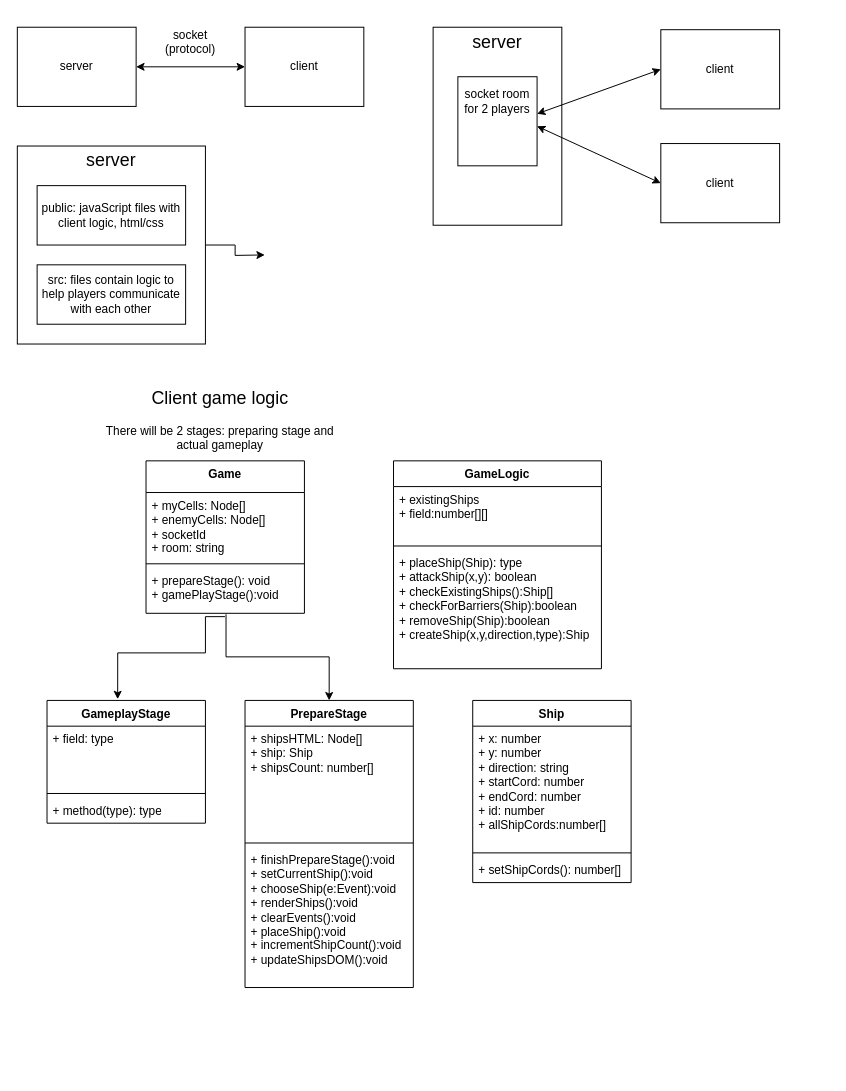
Earlier version of the draw.io diagram Untitled Diagram.drawio (Alec-litho/Sea-battle-game). Source tidied: cells renumbered, new cells numbered last; positions are measured from the earlier drawing's top-left corner, leaving out a move shared by most shapes. Both pictures are drawn from the tidied source at 99%, with x=0, y=0 at pixel (17, 17).
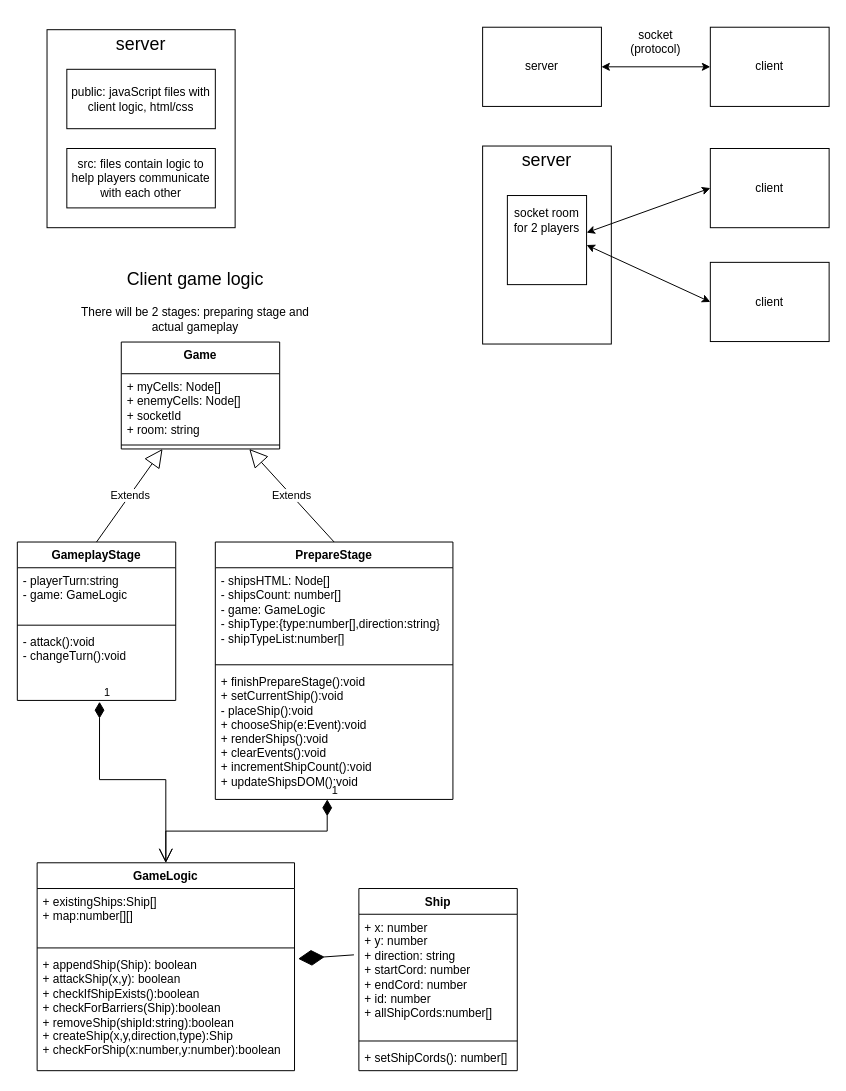
After the change.

Diff of the diagram source:
```diff
@@
     <mxCell id="2" value="server" style="rounded=0;whiteSpace=wrap;html=1;" parent="1" vertex="1">
-      <mxGeometry y="10" width="120" height="80" as="geometry" />
+      <mxGeometry x="470" y="10" width="120" height="80" as="geometry" />
     </mxCell>
     <mxCell id="3" value="client" style="rounded=0;whiteSpace=wrap;html=1;" parent="1" vertex="1">
-      <mxGeometry x="230" y="10" width="120" height="80" as="geometry" />
+      <mxGeometry x="700" y="10" width="120" height="80" as="geometry" />
     </mxCell>
@@
     <mxCell id="5" value="socket (protocol)" style="text;html=1;align=center;verticalAlign=middle;whiteSpace=wrap;rounded=0;" parent="1" vertex="1">
-      <mxGeometry x="130" y="10" width="90" height="30" as="geometry" />
+      <mxGeometry x="600" y="10" width="90" height="30" as="geometry" />
     </mxCell>
-    <mxCell id="6" style="edgeStyle=orthogonalEdgeStyle;rounded=0;jettySize=auto;html=1;exitX=1;exitY=0.5;exitDx=0;exitDy=0;" parent="1" edge="1" source="7">
-      <mxGeometry relative="1" as="geometry">
-        <mxPoint x="250" y="240" as="targetPoint" />
-      </mxGeometry>
-    </mxCell>
     <mxCell id="7" style="rounded=0;whiteSpace=wrap;html=1;" parent="1" vertex="1">
-      <mxGeometry y="130" width="190" height="200" as="geometry" />
+      <mxGeometry x="30" y="12.5" width="190" height="200" as="geometry" />
     </mxCell>
     <mxCell id="8" value="&lt;font style=&quot;font-size: 18px;&quot;&gt;server&lt;/font&gt;" style="text;html=1;align=center;verticalAlign=middle;whiteSpace=wrap;rounded=0;" parent="1" vertex="1">
-      <mxGeometry x="55" y="120" width="80" height="50" as="geometry" />
+      <mxGeometry x="85" y="2.5" width="80" height="50" as="geometry" />
     </mxCell>
     <mxCell id="9" value="public: javaScript files with client logic, html/css" style="rounded=0;whiteSpace=wrap;html=1;" parent="1" vertex="1">
-      <mxGeometry x="20" y="170" width="150" height="60" as="geometry" />
+      <mxGeometry x="50" y="52.5" width="150" height="60" as="geometry" />
     </mxCell>
     <mxCell id="10" value="src: files contain logic to help players communicate with each other" style="rounded=0;whiteSpace=wrap;html=1;" parent="1" vertex="1">
-      <mxGeometry x="20" y="250" width="150" height="60" as="geometry" />
+      <mxGeometry x="50" y="132.5" width="150" height="60" as="geometry" />
     </mxCell>
     <mxCell id="11" value="client" style="rounded=0;whiteSpace=wrap;html=1;" parent="1" vertex="1">
-      <mxGeometry x="650" y="127.5" width="120" height="80" as="geometry" />
+      <mxGeometry x="700" y="247.5" width="120" height="80" as="geometry" />
     </mxCell>
     <mxCell id="12" value="client" style="rounded=0;whiteSpace=wrap;html=1;" parent="1" vertex="1">
-      <mxGeometry x="650" y="12.5" width="120" height="80" as="geometry" />
+      <mxGeometry x="700" y="132.5" width="120" height="80" as="geometry" />
     </mxCell>
     <mxCell id="13" style="rounded=0;whiteSpace=wrap;html=1;" parent="1" vertex="1">
-      <mxGeometry x="420" y="10" width="130" height="200" as="geometry" />
+      <mxGeometry x="470" y="130" width="130" height="200" as="geometry" />
     </mxCell>
     <mxCell id="14" value="&lt;font style=&quot;font-size: 18px;&quot;&gt;server&lt;/font&gt;" style="text;html=1;align=center;verticalAlign=middle;whiteSpace=wrap;rounded=0;" parent="1" vertex="1">
-      <mxGeometry x="445" width="80" height="50" as="geometry" />
+      <mxGeometry x="495" y="120" width="80" height="50" as="geometry" />
     </mxCell>
     <mxCell id="15" style="rounded=0;whiteSpace=wrap;html=1;" parent="1" vertex="1">
-      <mxGeometry x="445" y="60" width="80" height="90" as="geometry" />
+      <mxGeometry x="495" y="180" width="80" height="90" as="geometry" />
     </mxCell>
     <mxCell id="16" value="&lt;font style=&quot;font-size: 12px;&quot;&gt;socket room for 2 players&lt;/font&gt;" style="text;html=1;align=center;verticalAlign=middle;whiteSpace=wrap;rounded=0;" parent="1" vertex="1">
-      <mxGeometry x="445" y="60" width="80" height="50" as="geometry" />
+      <mxGeometry x="495" y="180" width="80" height="50" as="geometry" />
     </mxCell>
@@
     <mxCell id="19" value="&lt;font style=&quot;font-size: 18px;&quot;&gt;Client game logic&lt;/font&gt;" style="text;html=1;align=center;verticalAlign=middle;whiteSpace=wrap;rounded=0;" parent="1" vertex="1">
-      <mxGeometry x="110" y="370" width="190" height="30" as="geometry" />
+      <mxGeometry x="85" y="250" width="190" height="30" as="geometry" />
     </mxCell>
     <mxCell id="20" value="There will be 2 stages: preparing stage and actual gameplay" style="text;html=1;align=center;verticalAlign=middle;whiteSpace=wrap;rounded=0;" parent="1" vertex="1">
-      <mxGeometry x="85" y="410" width="240" height="30" as="geometry" />
+      <mxGeometry x="60" y="290" width="240" height="30" as="geometry" />
     </mxCell>
-    <mxCell id="21" style="edgeStyle=orthogonalEdgeStyle;rounded=0;jettySize=auto;html=1;exitX=0.505;exitY=1.022;exitDx=0;exitDy=0;exitPerimeter=0;" parent="1" edge="1" source="25" target="34">
-      <mxGeometry relative="1" as="geometry" />
-    </mxCell>
     <mxCell id="22" value="Game" style="swimlane;fontStyle=1;align=center;verticalAlign=top;horizontal=1;startSize=32;whiteSpace=wrap;html=1;" parent="1" vertex="1">
-      <mxGeometry x="130" y="448" width="160" height="154" as="geometry" />
+      <mxGeometry x="105" y="328" width="160" height="108" as="geometry" />
     </mxCell>
@@
-    <mxCell id="25" value="+ prepareStage(): void&lt;br&gt;+ gamePlayStage():void" style="text;strokeColor=none;fillColor=none;align=left;verticalAlign=top;spacingLeft=4;spacingRight=4;overflow=hidden;points=[[0,0.5],[1,0.5]];portConstraint=eastwest;whiteSpace=wrap;html=1;" parent="22" vertex="1">
-      <mxGeometry y="108" width="160" height="46" as="geometry" />
-    </mxCell>
     <mxCell id="26" value="GameLogic" style="swimlane;fontStyle=1;align=center;verticalAlign=top;horizontal=1;startSize=26;whiteSpace=wrap;html=1;" parent="1" vertex="1">
-      <mxGeometry x="380" y="448" width="210" height="210" as="geometry" />
+      <mxGeometry x="20" y="854" width="260" height="210" as="geometry" />
     </mxCell>
-    <mxCell id="27" value="+ existingShips&lt;br&gt;+ field:number[][]" style="text;strokeColor=none;fillColor=none;align=left;verticalAlign=top;spacingLeft=4;spacingRight=4;overflow=hidden;whiteSpace=wrap;html=1;" parent="26" vertex="1">
-      <mxGeometry y="26" width="210" height="56" as="geometry" />
+    <mxCell id="27" value="+ existingShips:Ship[]&lt;br&gt;+ map:number[][]" style="text;strokeColor=none;fillColor=none;align=left;verticalAlign=top;spacingLeft=4;spacingRight=4;overflow=hidden;whiteSpace=wrap;html=1;" parent="26" vertex="1">
+      <mxGeometry y="26" width="260" height="56" as="geometry" />
     </mxCell>
     <mxCell id="28" style="line;strokeWidth=1;fillColor=none;align=left;verticalAlign=middle;spacingTop=-1;spacingLeft=3;spacingRight=3;labelPosition=right;strokeColor=inherit;" parent="26" vertex="1">
-      <mxGeometry y="82" width="210" height="8" as="geometry" />
+      <mxGeometry y="82" width="260" height="8" as="geometry" />
     </mxCell>
-    <mxCell id="29" value="+ placeShip(Ship): type&lt;br&gt;+ attackShip(x,y): boolean&lt;br&gt;+ checkExistingShips():Ship[]&lt;br&gt;+&amp;nbsp;checkForBarriers(Ship):boolean&lt;br&gt;+&amp;nbsp;removeShip(Ship):boolean&lt;br&gt;+ createShip(x,y,direction,type):Ship" style="text;strokeColor=none;fillColor=none;align=left;verticalAlign=top;spacingLeft=4;spacingRight=4;overflow=hidden;points=[[0,0.5],[1,0.5]];portConstraint=eastwest;whiteSpace=wrap;html=1;" parent="26" vertex="1">
-      <mxGeometry y="90" width="210" height="120" as="geometry" />
+    <mxCell id="29" value="+ appendShip(Ship): boolean&lt;br&gt;+ attackShip(x,y): boolean&lt;br&gt;+ checkIfShipExists():boolean&lt;br&gt;+&amp;nbsp;checkForBarriers(Ship):boolean&lt;br&gt;+&amp;nbsp;removeShip(shipId:string):boolean&lt;br&gt;+ createShip(x,y,direction,type):Ship&lt;div&gt;+ checkForShip(x:number,y:&lt;span style=&quot;background-color: initial;&quot;&gt;number&lt;/span&gt;&lt;span style=&quot;background-color: initial;&quot;&gt;):boolean&lt;/span&gt;&lt;/div&gt;" style="text;strokeColor=none;fillColor=none;align=left;verticalAlign=top;spacingLeft=4;spacingRight=4;overflow=hidden;points=[[0,0.5],[1,0.5]];portConstraint=eastwest;whiteSpace=wrap;html=1;" parent="26" vertex="1">
+      <mxGeometry y="90" width="260" height="120" as="geometry" />
     </mxCell>
     <mxCell id="30" value="Ship" style="swimlane;fontStyle=1;align=center;verticalAlign=top;horizontal=1;startSize=26;whiteSpace=wrap;html=1;" parent="1" vertex="1">
-      <mxGeometry x="460" y="690" width="160" height="184" as="geometry" />
+      <mxGeometry x="345" y="880" width="160" height="184" as="geometry" />
     </mxCell>
@@
     <mxCell id="34" value="PrepareStage" style="swimlane;fontStyle=1;align=center;verticalAlign=top;horizontal=1;startSize=26;whiteSpace=wrap;html=1;" parent="1" vertex="1">
-      <mxGeometry x="230" y="690" width="170" height="290" as="geometry" />
+      <mxGeometry x="200" y="530" width="240" height="260" as="geometry" />
     </mxCell>
-    <mxCell id="35" value="+ shipsHTML: Node[]&lt;br&gt;+ ship: Ship&lt;br&gt;+ shipsCount: number[]" style="text;strokeColor=none;fillColor=none;align=left;verticalAlign=top;spacingLeft=4;spacingRight=4;overflow=hidden;whiteSpace=wrap;html=1;" parent="34" vertex="1">
-      <mxGeometry y="26" width="170" height="114" as="geometry" />
+    <mxCell id="35" value="- shipsHTML: Node[]&lt;br&gt;- shipsCount: number[]&lt;div&gt;- game: GameLogic&lt;/div&gt;&lt;div&gt;- shipType:{type:number[],direction:string}&lt;/div&gt;&lt;div&gt;- shipTypeList:number[]&lt;/div&gt;" style="text;strokeColor=none;fillColor=none;align=left;verticalAlign=top;spacingLeft=4;spacingRight=4;overflow=hidden;whiteSpace=wrap;html=1;" parent="34" vertex="1">
+      <mxGeometry y="26" width="240" height="94" as="geometry" />
     </mxCell>
     <mxCell id="36" style="line;strokeWidth=1;fillColor=none;align=left;verticalAlign=middle;spacingTop=-1;spacingLeft=3;spacingRight=3;labelPosition=right;strokeColor=inherit;" parent="34" vertex="1">
-      <mxGeometry y="140" width="170" height="8" as="geometry" />
+      <mxGeometry y="120" width="240" height="8" as="geometry" />
     </mxCell>
-    <mxCell id="37" value="+ finishPrepareStage():void&lt;br&gt;+ setCurrentShip():void&lt;br&gt;+ chooseShip(e:Event):void&lt;br&gt;+ renderShips():void&lt;br&gt;+ clearEvents():void&lt;br&gt;+ placeShip():void&lt;br&gt;+ incrementShipCount():void&lt;br&gt;+ updateShipsDOM():void" style="text;strokeColor=none;fillColor=none;align=left;verticalAlign=top;spacingLeft=4;spacingRight=4;overflow=hidden;points=[[0,0.5],[1,0.5]];portConstraint=eastwest;whiteSpace=wrap;html=1;" parent="34" vertex="1">
-      <mxGeometry y="148" width="170" height="142" as="geometry" />
+    <mxCell id="37" value="+ finishPrepareStage():void&lt;br&gt;+ setCurrentShip():void&lt;div&gt;- placeShip():void&lt;br&gt;+ chooseShip(e:Event):void&lt;br&gt;+ renderShips():void&lt;br&gt;+ clearEvents():void&lt;br&gt;+ incrementShipCount():void&lt;br&gt;+ updateShipsDOM():void&lt;/div&gt;" style="text;strokeColor=none;fillColor=none;align=left;verticalAlign=top;spacingLeft=4;spacingRight=4;overflow=hidden;points=[[0,0.5],[1,0.5]];portConstraint=eastwest;whiteSpace=wrap;html=1;" parent="34" vertex="1">
+      <mxGeometry y="128" width="240" height="132" as="geometry" />
     </mxCell>
     <mxCell id="38" value="GameplayStage" style="swimlane;fontStyle=1;align=center;verticalAlign=top;horizontal=1;startSize=26;whiteSpace=wrap;html=1;" parent="1" vertex="1">
-      <mxGeometry x="30" y="690" width="160" height="124" as="geometry" />
+      <mxGeometry y="530" width="160" height="160" as="geometry" />
     </mxCell>
-    <mxCell id="39" value="+ field: type" style="text;strokeColor=none;fillColor=none;align=left;verticalAlign=top;spacingLeft=4;spacingRight=4;overflow=hidden;whiteSpace=wrap;html=1;" parent="38" vertex="1">
-      <mxGeometry y="26" width="160" height="64" as="geometry" />
+    <mxCell id="39" value="&lt;div&gt;- playerTurn:string&lt;/div&gt;&lt;div&gt;- game: GameLogic&lt;br&gt;&lt;/div&gt;" style="text;strokeColor=none;fillColor=none;align=left;verticalAlign=top;spacingLeft=4;spacingRight=4;overflow=hidden;whiteSpace=wrap;html=1;" parent="38" vertex="1">
+      <mxGeometry y="26" width="160" height="54" as="geometry" />
     </mxCell>
     <mxCell id="40" style="line;strokeWidth=1;fillColor=none;align=left;verticalAlign=middle;spacingTop=-1;spacingLeft=3;spacingRight=3;labelPosition=right;strokeColor=inherit;" parent="38" vertex="1">
-      <mxGeometry y="90" width="160" height="8" as="geometry" />
+      <mxGeometry y="80" width="160" height="8" as="geometry" />
     </mxCell>
-    <mxCell id="41" value="+ method(type): type" style="text;strokeColor=none;fillColor=none;align=left;verticalAlign=top;spacingLeft=4;spacingRight=4;overflow=hidden;points=[[0,0.5],[1,0.5]];portConstraint=eastwest;whiteSpace=wrap;html=1;" parent="38" vertex="1">
-      <mxGeometry y="98" width="160" height="26" as="geometry" />
+    <mxCell id="41" value="- attack():void&lt;div&gt;- changeTurn():void&lt;/div&gt;&lt;div&gt;&lt;br&gt;&lt;/div&gt;" style="text;strokeColor=none;fillColor=none;align=left;verticalAlign=top;spacingLeft=4;spacingRight=4;overflow=hidden;points=[[0,0.5],[1,0.5]];portConstraint=eastwest;whiteSpace=wrap;html=1;" parent="38" vertex="1">
+      <mxGeometry y="88" width="160" height="72" as="geometry" />
     </mxCell>
-    <mxCell id="42" style="edgeStyle=orthogonalEdgeStyle;rounded=0;jettySize=auto;html=1;exitX=0.498;exitY=1.073;exitDx=0;exitDy=0;exitPerimeter=0;entryX=0.446;entryY=-0.01;entryDx=0;entryDy=0;entryPerimeter=0;" parent="1" edge="1" source="25" target="38">
-      <mxGeometry relative="1" as="geometry">
-        <Array as="points">
-          <mxPoint x="190" y="605" />
-          <mxPoint x="190" y="642" />
-          <mxPoint x="101" y="642" />
-        </Array>
-      </mxGeometry>
-    </mxCell>
+    <mxCell id="43" value="Extends" style="endArrow=block;endSize=16;endFill=0;html=1;rounded=0;exitX=0.5;exitY=0;exitDx=0;exitDy=0;" parent="1" edge="1" source="38" target="22">
+      <mxGeometry relative="1" as="geometry" />
+    </mxCell>
+    <mxCell id="44" value="Extends" style="endArrow=block;endSize=16;endFill=0;html=1;rounded=0;exitX=0.5;exitY=0;exitDx=0;exitDy=0;" parent="1" edge="1" source="34" target="22">
+      <mxGeometry relative="1" as="geometry" />
+    </mxCell>
+    <mxCell id="45" style="endArrow=diamondThin;endFill=1;endSize=24;html=1;rounded=0;entryX=1.014;entryY=0.058;entryDx=0;entryDy=0;entryPerimeter=0;" parent="1" edge="1" target="29">
+      <mxGeometry relative="1" as="geometry">
+        <mxPoint x="340" y="947" as="sourcePoint" />
+      </mxGeometry>
+    </mxCell>
+    <mxCell id="46" value="1" style="endArrow=open;html=1;endSize=12;startArrow=diamondThin;startSize=14;startFill=1;edgeStyle=orthogonalEdgeStyle;align=left;verticalAlign=bottom;rounded=0;entryX=0.5;entryY=0;entryDx=0;entryDy=0;exitX=0.519;exitY=1.019;exitDx=0;exitDy=0;exitPerimeter=0;" parent="1" edge="1" source="41" target="26">
+      <mxGeometry x="-1" y="3" relative="1" as="geometry">
+        <Array as="points">
+          <mxPoint x="83" y="770" />
+          <mxPoint x="150" y="770" />
+        </Array>
+      </mxGeometry>
+    </mxCell>
+    <mxCell id="47" value="1" style="endArrow=open;html=1;endSize=12;startArrow=diamondThin;startSize=14;startFill=1;edgeStyle=orthogonalEdgeStyle;align=left;verticalAlign=bottom;rounded=0;exitX=0.471;exitY=1;exitDx=0;exitDy=0;exitPerimeter=0;entryX=0.5;entryY=0;entryDx=0;entryDy=0;" parent="1" edge="1" source="37" target="26">
+      <mxGeometry x="-1" y="3" relative="1" as="geometry" />
+    </mxCell>
```
